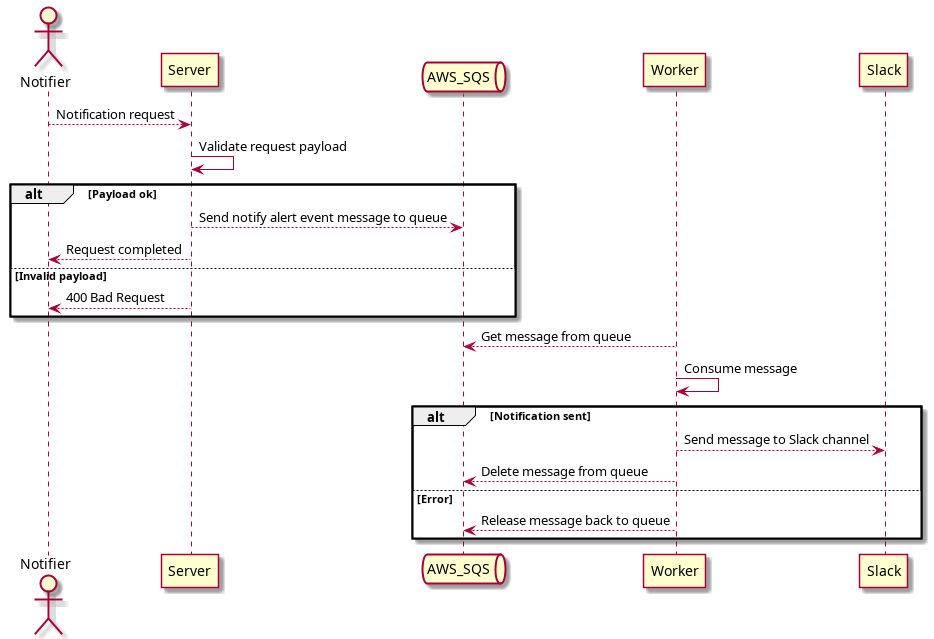
Earlier version of the PlantUML export assets/notify-alert-sequence.png (rellyson/ifood-challenge).
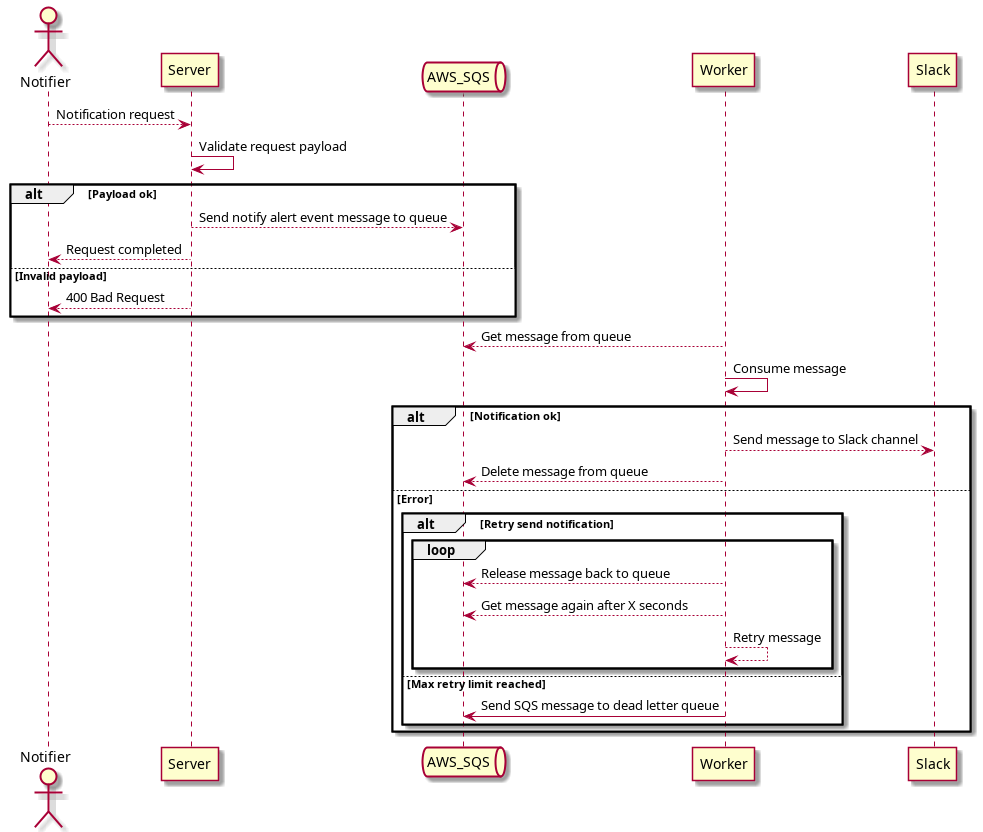
Above is the later version.

Commit message:
alert diagram updated

The edit, as a diff of the source:
```diff
@@ -19,11 +19,19 @@
 sqs <-- wk: Get message from queue
 wk -> wk: Consume message
 
-alt Notification sent
+alt Notification ok
     wk --> sl: Send message to Slack channel
     sqs <-- wk: Delete message from queue
 else Error
-    sqs <-- wk: Release message back to queue
+        alt Retry send notification
+            loop
+                sqs <-- wk: Release message back to queue
+                sqs <-- wk: Get message again after X seconds
+                wk --> wk: Retry message
+            end
+        else Max retry limit reached
+            sqs <- wk: Send SQS message to dead letter queue
+    end
 end
 
 @enduml
```
